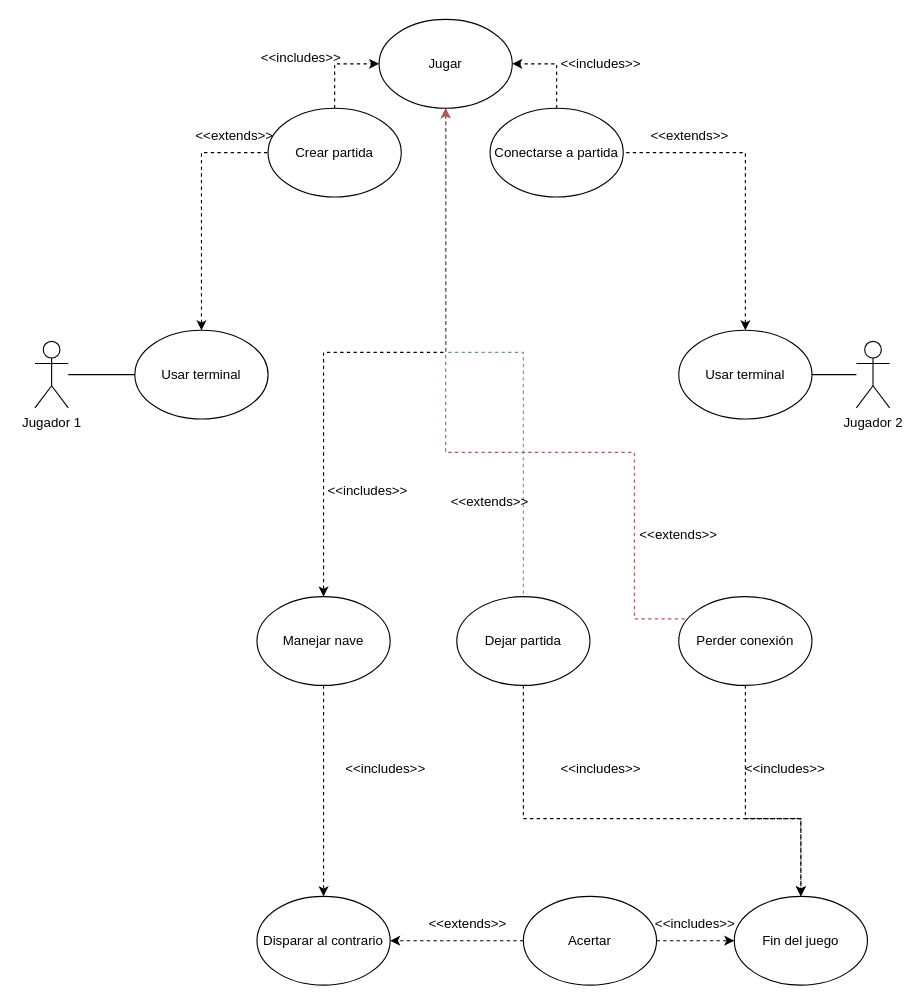
Before: Entornos/Tema 06/Juego_movil.drawio in vjp-rosangelaRC/Netbeans, a draw.io diagram. Source tidied: cells renumbered, new cells numbered last; positions are measured from the earlier drawing's top-left corner, leaving out a move shared by most shapes. Both pictures are drawn from the tidied source at 111%, with x=0, y=0 at pixel (34, 19).
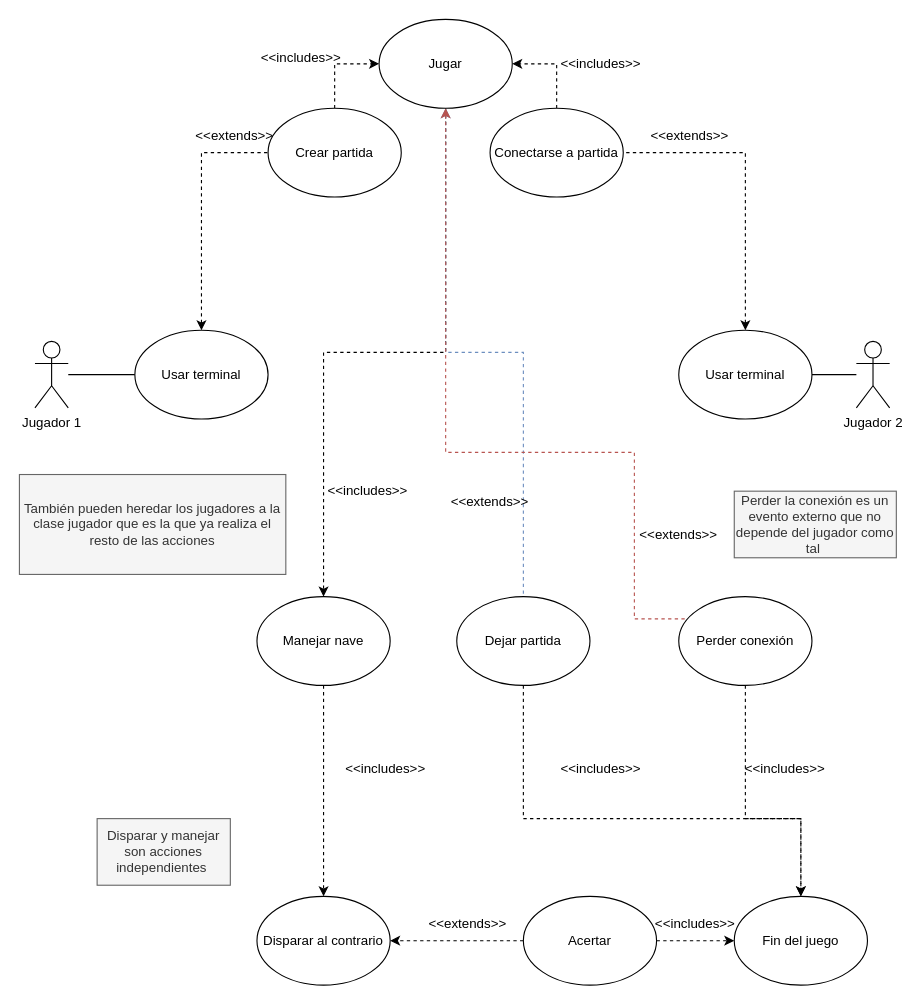
Above is the later version.

Change to the diagram source:
```diff
@@
+    <mxCell id="41" value="También pueden heredar los jugadores a la clase jugador que es la que ya realiza el resto de las acciones" style="text;html=1;strokeColor=#666666;fillColor=#f5f5f5;align=center;verticalAlign=middle;whiteSpace=wrap;rounded=0;fontColor=#333333;" parent="1" vertex="1">
+      <mxGeometry x="-14" y="410" width="240" height="90" as="geometry" />
+    </mxCell>
+    <mxCell id="42" value="Perder la conexión es un evento externo que no depende del jugador como tal&amp;nbsp;" style="text;html=1;strokeColor=#666666;fillColor=#f5f5f5;align=center;verticalAlign=middle;whiteSpace=wrap;rounded=0;fontColor=#333333;" parent="1" vertex="1">
+      <mxGeometry x="630" y="425" width="146" height="60" as="geometry" />
+    </mxCell>
+    <mxCell id="43" value="Disparar y manejar son acciones independientes&amp;nbsp;" style="text;html=1;strokeColor=#666666;fillColor=#f5f5f5;align=center;verticalAlign=middle;whiteSpace=wrap;rounded=0;fontColor=#333333;" parent="1" vertex="1">
+      <mxGeometry x="56" y="720" width="120" height="60" as="geometry" />
+    </mxCell>
```
